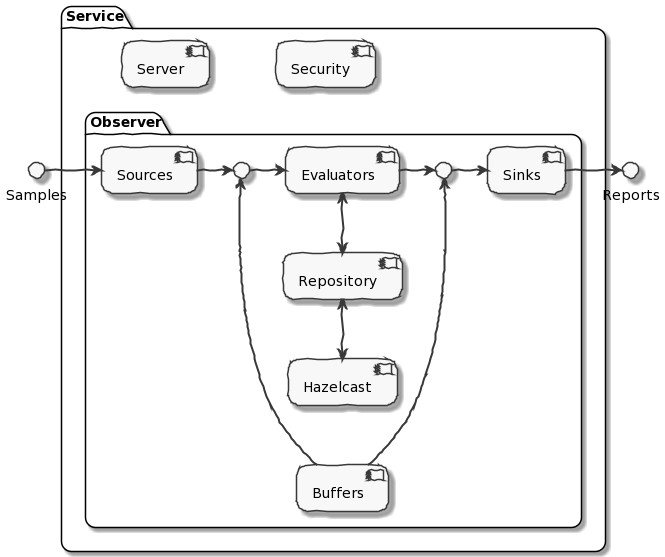
ObserveRTC/observer-service keeps this PlantUML diagram as docs/images/configuration-overview.png. Above is the earlier version.
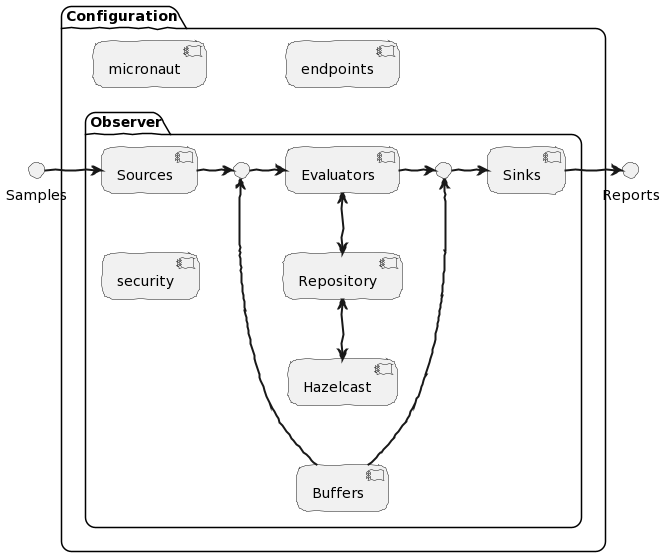
The same diagram one commit later.

Diff of the diagram source:
```diff
@@ -6,10 +6,11 @@
 skinparam BoxPadding 60
 
 
-package "Service" #transparent {
-    [Server]
-    [Security]
+package "Configuration" #transparent {
+    [micronaut]
+    [endpoints]
     package "Observer" #transparent {
+        [security]
         () " " as collector_1
         () " " as collector_2
     	[Sources]
@@ -40,7 +41,7 @@
 [Buffers] -u-> collector_1
 [Buffers] -u-> collector_2
 
-[Server] -[hidden]d-> [Sources]
-[Security] -[hidden]d-> [Evaluators]
-[Server] -[hidden]r-> [Security]
+[micronaut] -[hidden]d-> [Sources]
+[endpoints] -[hidden]d-> [Evaluators]
+[security] -[hidden]u-> [Sources]
 @enduml
```
